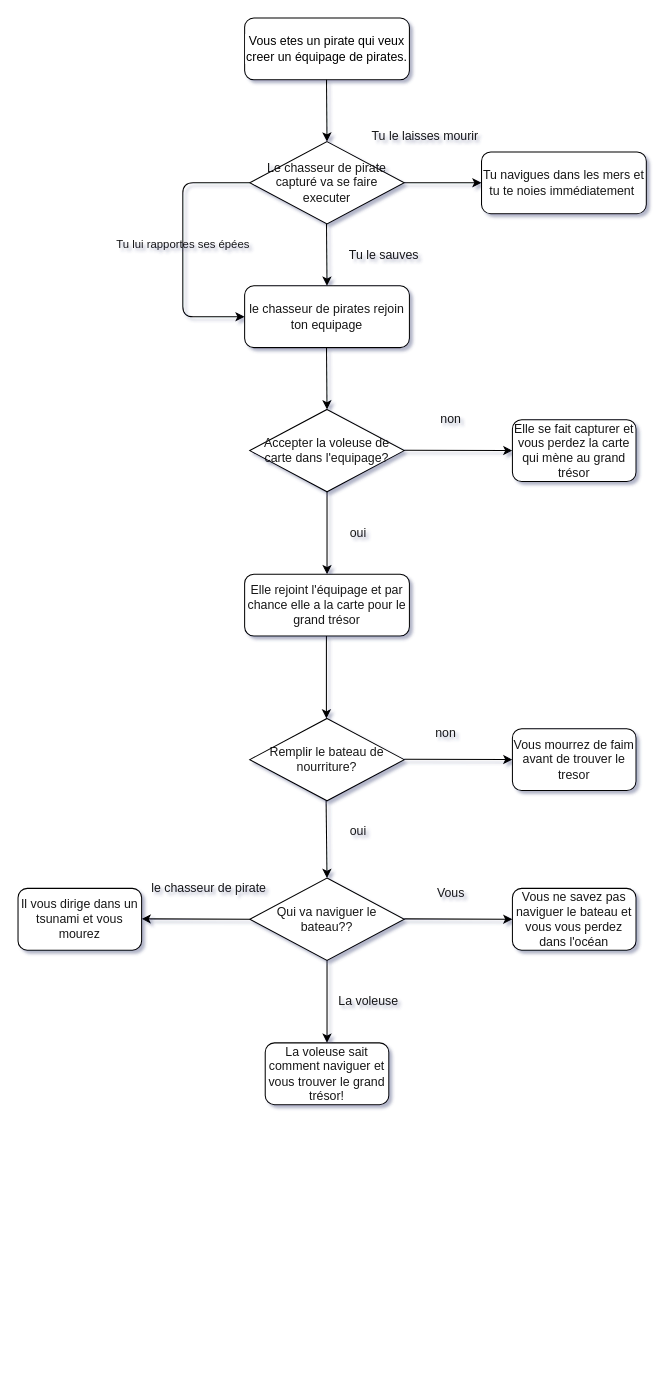
tc-yavuz/appli.numerique keeps this draw.io diagram as assets/drawio/schema.drawio. Above is the earlier version. Source tidied: cells renumbered, new cells numbered last; positions are measured from the earlier drawing's top-left corner, leaving out a move shared by most shapes. Both pictures are drawn from the tidied source at 103%, with x=0, y=0 at pixel (18, 18).
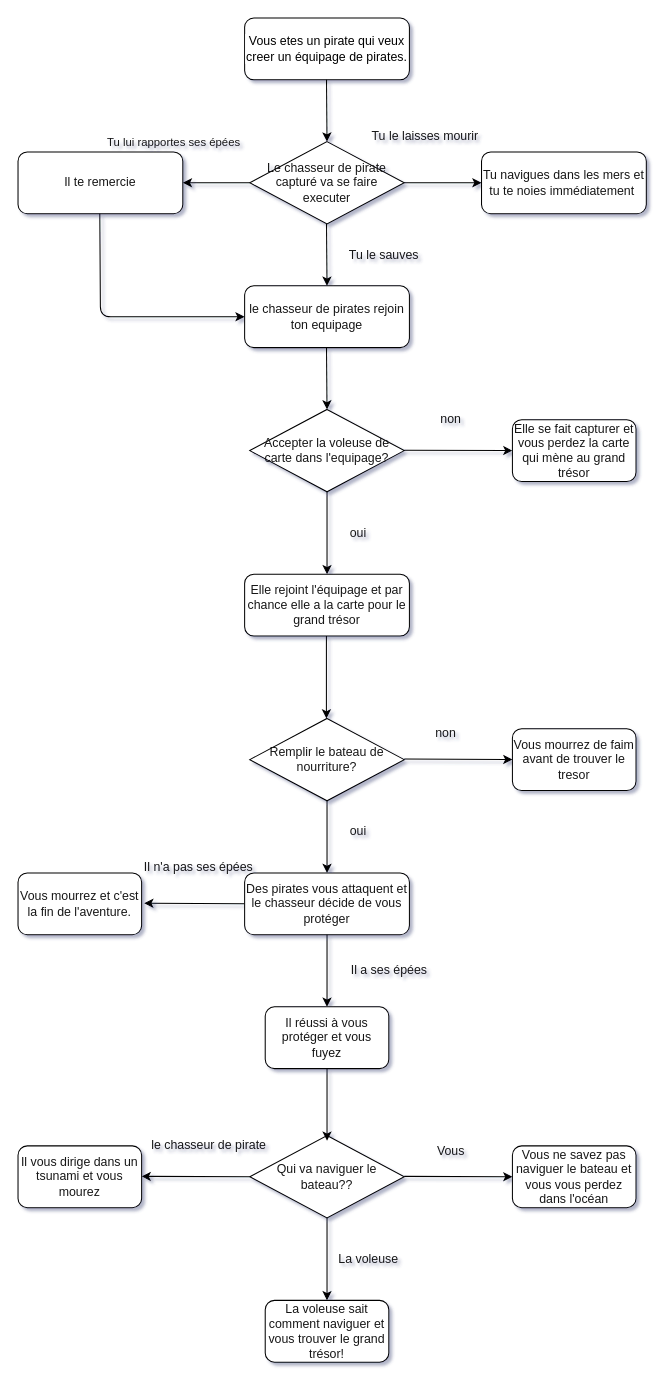
The same page after the edit.

The change refers to these unchanged cells:
```xml
<mxCell id="5" value="Le chasseur de pirate capturé va se faire executer" style="rhombus;whiteSpace=wrap;html=1;fillColor=#FFFFFF;spacing=2;fontSize=12;fontColor=#171717;strokeColor=#000000;" parent="1" vertex="1">
  <mxGeometry x="225" y="120" width="150" height="80" as="geometry" />
</mxCell>
<mxCell id="7" value="&lt;font style=&quot;font-size: 12px;&quot;&gt;&lt;span style=&quot;font-family: arial, sans-serif; text-align: left;&quot;&gt;le chasseur de pirates rejoin ton equipage&lt;/span&gt;&lt;/font&gt;" style="rounded=1;whiteSpace=wrap;html=1;fontColor=#171717;strokeColor=#000000;fillColor=#FFFFFF;" parent="1" vertex="1">
  <mxGeometry x="220" y="260" width="160" height="60" as="geometry" />
</mxCell>
```

The edit, as a diff of the source:
```diff
@@
-    <mxCell id="3" style="edgeStyle=none;html=1;exitX=0;exitY=0.5;exitDx=0;exitDy=0;entryX=0;entryY=0.5;entryDx=0;entryDy=0;fontColor=#171717;strokeColor=#000000;" parent="1" edge="1" source="5" target="7">
+    <mxCell id="3" style="edgeStyle=none;html=1;exitX=0;exitY=0.5;exitDx=0;exitDy=0;fontColor=#171717;strokeColor=#000000;" parent="1" edge="1" source="5">
       <mxGeometry relative="1" as="geometry">
+        <mxPoint x="160" y="160" as="targetPoint" />
         <Array as="points">
           <mxPoint x="160" y="160" />
-          <mxPoint x="160" y="290" />
         </Array>
       </mxGeometry>
     </mxCell>
     <mxCell id="4" value="Tu lui rapportes ses épées" style="edgeLabel;html=1;align=center;verticalAlign=middle;fontColor=#171717;labelBackgroundColor=none;" parent="3" vertex="1">
-      <mxGeometry x="-0.03" y="-1" relative="1" as="geometry" />
+      <mxGeometry x="-0.03" y="-1" relative="1" as="geometry">
+        <mxPoint x="-43" y="-39" as="offset" />
+      </mxGeometry>
     </mxCell>
@@
     <mxCell id="20" value="Qui va naviguer le bateau??" style="rhombus;whiteSpace=wrap;html=1;fontColor=#171717;strokeColor=#000000;fillColor=#FFFFFF;" parent="1" vertex="1">
-      <mxGeometry x="225" y="835" width="150" height="80" as="geometry" />
+      <mxGeometry x="225" y="1085" width="150" height="80" as="geometry" />
     </mxCell>
     <mxCell id="21" style="edgeStyle=none;jettySize=auto;html=1;entryX=0;entryY=0.5;entryDx=0;entryDy=0;fontColor=#171717;strokeColor=#000000;" parent="1" edge="1" target="23">
       <mxGeometry relative="1" as="geometry">
-        <mxPoint x="375" y="874.6" as="sourcePoint" />
+        <mxPoint x="375" y="1124.6" as="sourcePoint" />
       </mxGeometry>
     </mxCell>
     <mxCell id="22" value="Vous" style="text;html=1;align=center;verticalAlign=middle;strokeColor=none;fillColor=none;fontColor=#171717;" parent="1" vertex="1">
-      <mxGeometry x="395" y="835" width="50" height="30" as="geometry" />
+      <mxGeometry x="395" y="1085" width="50" height="30" as="geometry" />
     </mxCell>
     <mxCell id="23" value="Vous ne savez pas naviguer le bateau et vous vous perdez dans l'océan" style="rounded=1;whiteSpace=wrap;html=1;fontColor=#171717;strokeColor=#000000;fillColor=#FFFFFF;" parent="1" vertex="1">
-      <mxGeometry x="480" y="845" width="120" height="60" as="geometry" />
+      <mxGeometry x="480" y="1095" width="120" height="60" as="geometry" />
     </mxCell>
@@
     <mxCell id="25" value="La voleuse sait comment naviguer et vous trouver le grand trésor!" style="rounded=1;whiteSpace=wrap;html=1;fontColor=#171717;strokeColor=#000000;fillColor=#FFFFFF;" parent="1" vertex="1">
-      <mxGeometry x="240" y="995" width="120" height="60" as="geometry" />
+      <mxGeometry x="240" y="1245" width="120" height="60" as="geometry" />
     </mxCell>
@@
     <mxCell id="29" style="edgeStyle=none;orthogonalLoop=1;jettySize=auto;html=1;entryX=0;entryY=0.5;entryDx=0;entryDy=0;fontColor=#171717;strokeColor=#000000;" parent="1" edge="1">
       <mxGeometry relative="1" as="geometry">
-        <mxPoint x="375" y="719.6" as="sourcePoint" />
-        <mxPoint x="480" y="720" as="targetPoint" />
+        <mxPoint x="220" y="860" as="sourcePoint" />
+        <mxPoint x="122.5" y="859.4" as="targetPoint" />
       </mxGeometry>
     </mxCell>
@@
     <mxCell id="32" value="La voleuse" style="text;html=1;align=center;verticalAlign=middle;strokeColor=none;fillColor=none;fontColor=#171717;" parent="1" vertex="1">
-      <mxGeometry x="300" y="940" width="80" height="30" as="geometry" />
+      <mxGeometry x="300" y="1190" width="80" height="30" as="geometry" />
     </mxCell>
     <mxCell id="33" style="edgeStyle=none;orthogonalLoop=1;jettySize=auto;html=1;entryX=0;entryY=0.5;entryDx=0;entryDy=0;fontColor=#171717;strokeColor=#000000;" parent="1" edge="1">
       <mxGeometry relative="1" as="geometry">
-        <mxPoint x="225" y="875" as="sourcePoint" />
-        <mxPoint x="120" y="874.6" as="targetPoint" />
+        <mxPoint x="225" y="1125" as="sourcePoint" />
+        <mxPoint x="120" y="1124.6" as="targetPoint" />
       </mxGeometry>
     </mxCell>
     <mxCell id="34" value="Il vous dirige dans un tsunami et vous mourez" style="rounded=1;whiteSpace=wrap;html=1;fontColor=#171717;strokeColor=#000000;fillColor=#FFFFFF;" parent="1" vertex="1">
-      <mxGeometry y="845" width="120" height="60" as="geometry" />
+      <mxGeometry y="1095" width="120" height="60" as="geometry" />
     </mxCell>
     <mxCell id="35" value="le chasseur de pirate" style="text;html=1;align=center;verticalAlign=middle;strokeColor=none;fillColor=none;fontColor=#171717;" parent="1" vertex="1">
-      <mxGeometry x="120" y="830" width="130" height="30" as="geometry" />
+      <mxGeometry x="120" y="1080" width="130" height="30" as="geometry" />
     </mxCell>
-    <mxCell id="36" style="edgeStyle=none;jettySize=auto;html=1;exitX=0.5;exitY=1;exitDx=0;exitDy=0;entryX=0.5;entryY=0;entryDx=0;entryDy=0;fontColor=#171717;strokeColor=#000000;" parent="1" edge="1" target="20">
-      <mxGeometry relative="1" as="geometry">
-        <mxPoint x="299.1" y="760" as="sourcePoint" />
-      </mxGeometry>
-    </mxCell>
@@
+    <mxCell id="38" style="edgeStyle=none;orthogonalLoop=1;jettySize=auto;html=1;fontColor=#171717;strokeColor=#000000;" parent="1" edge="1">
+      <mxGeometry relative="1" as="geometry">
+        <mxPoint x="300" y="760" as="sourcePoint" />
+        <mxPoint x="300" y="830" as="targetPoint" />
+      </mxGeometry>
+    </mxCell>
+    <mxCell id="39" value="Des pirates vous attaquent et le chasseur décide de vous protéger" style="rounded=1;whiteSpace=wrap;html=1;fontColor=#171717;strokeColor=#000000;fillColor=#FFFFFF;" parent="1" vertex="1">
+      <mxGeometry x="220" y="830" width="160" height="60" as="geometry" />
+    </mxCell>
+    <mxCell id="40" style="edgeStyle=none;orthogonalLoop=1;jettySize=auto;html=1;fontColor=#171717;strokeColor=#000000;" parent="1" edge="1">
+      <mxGeometry relative="1" as="geometry">
+        <mxPoint x="300" y="890" as="sourcePoint" />
+        <mxPoint x="300" y="960" as="targetPoint" />
+      </mxGeometry>
+    </mxCell>
+    <mxCell id="41" value="Il n'a pas ses épées" style="text;html=1;align=center;verticalAlign=middle;strokeColor=none;fillColor=none;fontColor=#171717;" parent="1" vertex="1">
+      <mxGeometry x="110" y="810" width="130" height="30" as="geometry" />
+    </mxCell>
+    <mxCell id="42" value="Il a ses épées" style="text;html=1;align=center;verticalAlign=middle;strokeColor=none;fillColor=none;fontColor=#171717;" parent="1" vertex="1">
+      <mxGeometry x="310" y="910" width="100" height="30" as="geometry" />
+    </mxCell>
+    <mxCell id="43" style="edgeStyle=none;orthogonalLoop=1;jettySize=auto;html=1;entryX=0;entryY=0.5;entryDx=0;entryDy=0;fontColor=#171717;strokeColor=#000000;" parent="1" edge="1">
+      <mxGeometry relative="1" as="geometry">
+        <mxPoint x="375" y="719.4" as="sourcePoint" />
+        <mxPoint x="480" y="719.8" as="targetPoint" />
+      </mxGeometry>
+    </mxCell>
+    <mxCell id="44" value="Vous mourrez et c'est la fin de l'aventure." style="rounded=1;whiteSpace=wrap;html=1;fontColor=#171717;strokeColor=#000000;fillColor=#FFFFFF;" parent="1" vertex="1">
+      <mxGeometry y="830" width="120" height="60" as="geometry" />
+    </mxCell>
+    <mxCell id="45" value="Il réussi à vous protéger et vous fuyez" style="rounded=1;whiteSpace=wrap;html=1;fontColor=#171717;strokeColor=#000000;fillColor=#FFFFFF;" parent="1" vertex="1">
+      <mxGeometry x="240" y="960" width="120" height="60" as="geometry" />
+    </mxCell>
+    <mxCell id="46" style="edgeStyle=none;orthogonalLoop=1;jettySize=auto;html=1;fontColor=#171717;strokeColor=#000000;" parent="1" edge="1">
+      <mxGeometry relative="1" as="geometry">
+        <mxPoint x="300" y="1020" as="sourcePoint" />
+        <mxPoint x="300" y="1090" as="targetPoint" />
+      </mxGeometry>
+    </mxCell>
+    <mxCell id="47" value="Il te remercie" style="rounded=1;whiteSpace=wrap;html=1;fontColor=#171717;strokeColor=#000000;fillColor=#FFFFFF;" parent="1" vertex="1">
+      <mxGeometry y="130" width="160" height="60" as="geometry" />
+    </mxCell>
+    <mxCell id="48" style="edgeStyle=none;jettySize=auto;html=1;fontColor=#171717;strokeColor=#000000;entryX=0;entryY=0.5;entryDx=0;entryDy=0;" parent="1" edge="1" target="7">
+      <mxGeometry relative="1" as="geometry">
+        <mxPoint x="79.4" y="190" as="sourcePoint" />
+        <Array as="points">
+          <mxPoint x="80" y="290" />
+        </Array>
+      </mxGeometry>
+    </mxCell>
```
